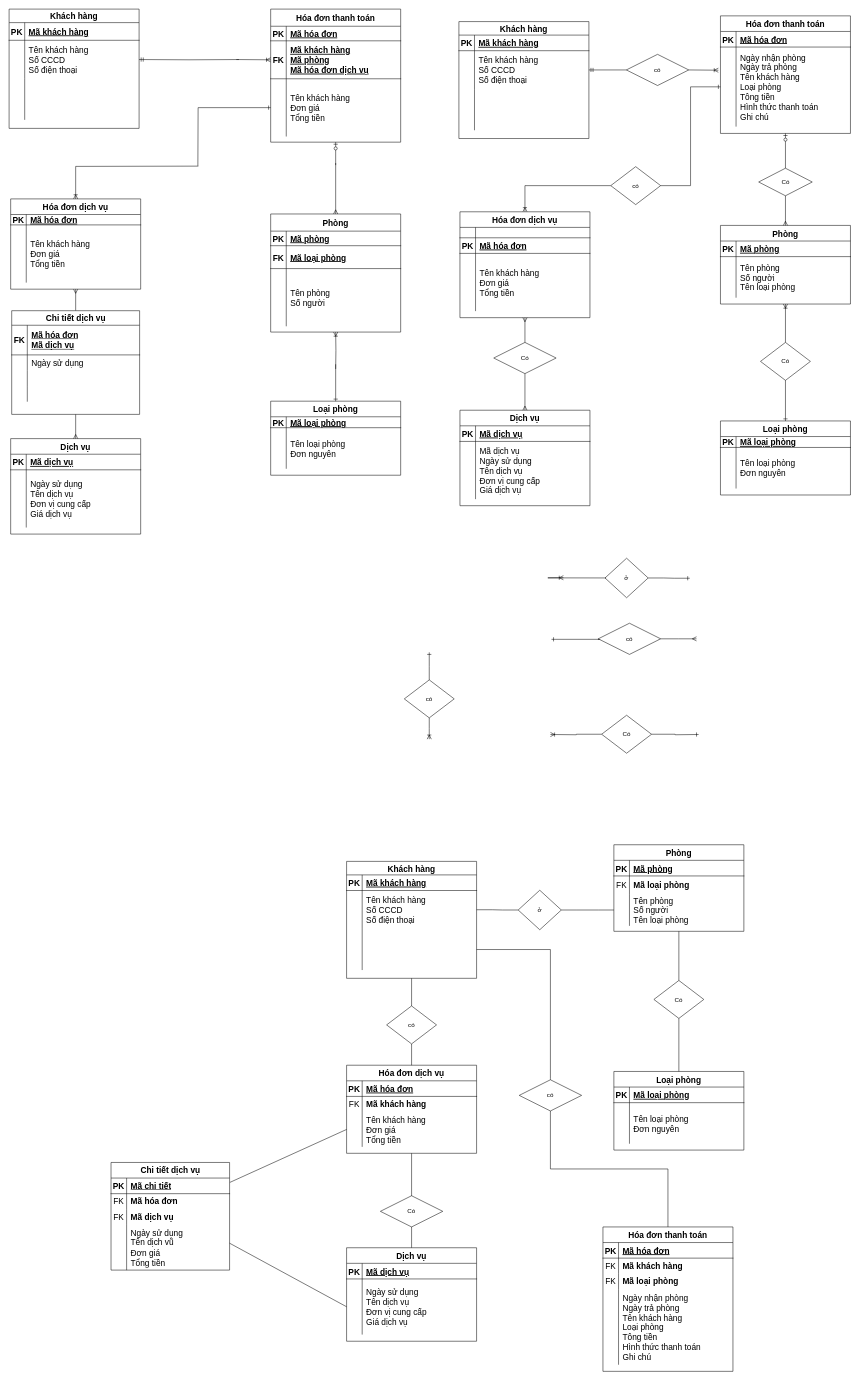
Above: chart_4.drawio in gakucode0602/Chart (draw.io), before the change. Source tidied: cells renumbered, new cells numbered last; positions are measured from the earlier drawing's top-left corner, leaving out a move shared by most shapes. Both pictures are drawn from the tidied source at 52%, with x=0, y=0 at pixel (9, 9).
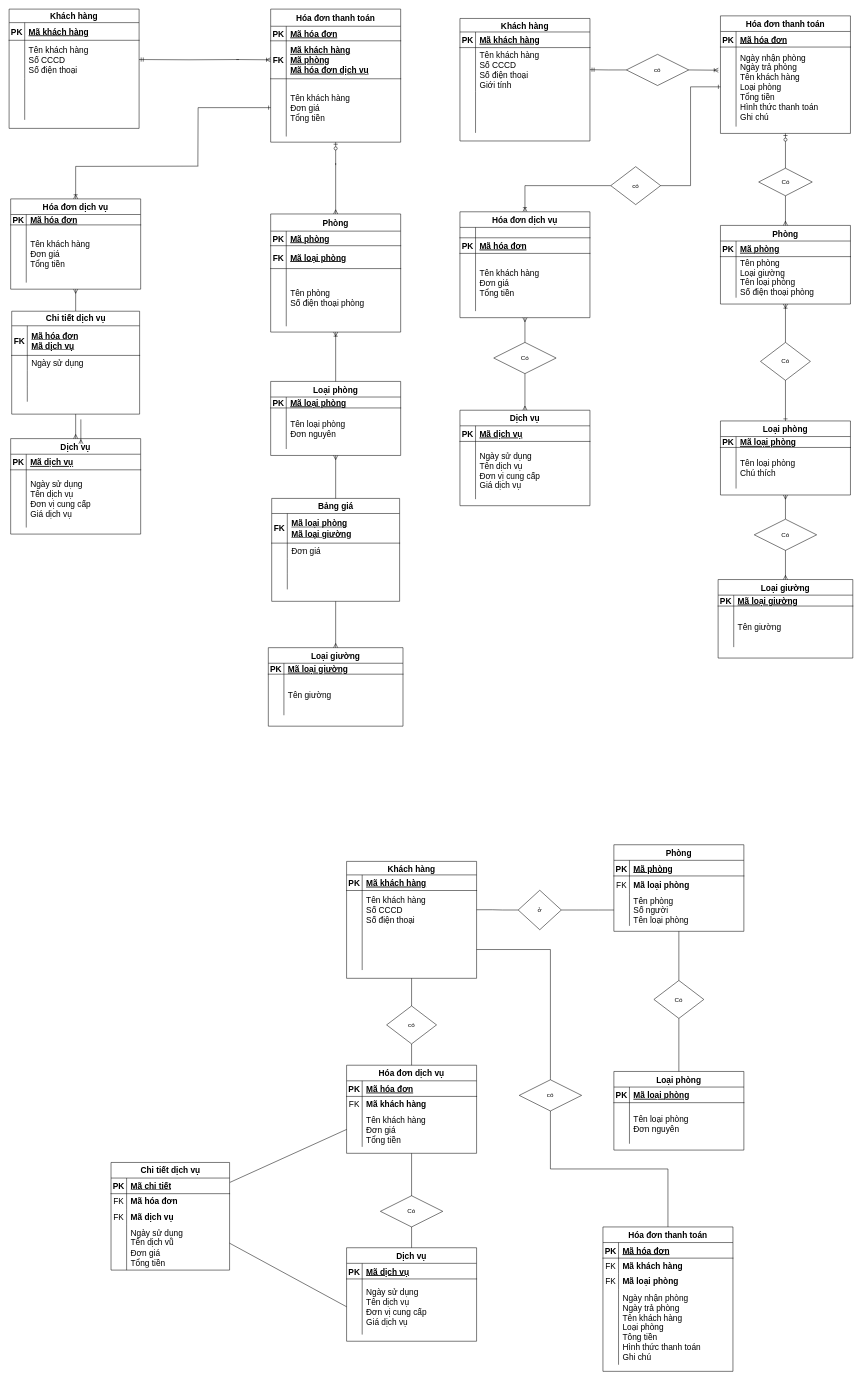
Above is the later version.

Commit message (it also covers changes not shown here):
Cập nhật chart_4.drawio

The change refers to these unchanged cells:
```xml
<mxCell id="12" value="Loại phòng" style="shape=table;startSize=30;childLayout=tableLayout;rowLines=0;fontStyle=1;align=center;fontSize=16;" parent="1" vertex="1">
  <mxGeometry x="1368" y="792" width="250" height="142.4" as="geometry" />
</mxCell>
<mxCell id="16" style="shape=partialRectangle;fillColor=none;top=0;left=0;right=0;bottom=0;fontSize=16;" parent="12" vertex="1">
  <mxGeometry y="51" width="250" height="79" as="geometry" />
</mxCell>
<mxCell id="23" style="shape=partialRectangle;fillColor=none;top=0;left=0;right=0;bottom=0;fontSize=16;" parent="19" vertex="1">
  <mxGeometry y="60" width="250" height="79" as="geometry" />
</mxCell>
<mxCell id="30" style="shape=partialRectangle;fillColor=none;top=0;left=0;right=0;bottom=0;fontSize=16;" parent="26" vertex="1">
  <mxGeometry y="60" width="250" height="111" as="geometry" />
</mxCell>
<mxCell id="37" style="shape=partialRectangle;fillColor=none;points=[[0,0.5],[1,0.5]];portConstraint=eastwest;top=0;left=0;right=0;bottom=0;fontSize=16;" parent="33" vertex="1">
  <mxGeometry y="60" width="250" height="153" as="geometry" />
</mxCell>
<mxCell id="227" value="Phòng" style="shape=table;startSize=33;childLayout=tableLayout;rowLines=0;fontStyle=1;align=center;fontSize=16;" parent="1" vertex="1">
  <mxGeometry x="503" y="394" width="250" height="227.1" as="geometry" />
</mxCell>
<mxCell id="234" style="shape=partialRectangle;fillColor=none;top=0;left=0;right=0;bottom=0;fontSize=16;" parent="227" vertex="1">
  <mxGeometry y="105" width="250" height="111" as="geometry" />
</mxCell>
```

What changed in the source:
```diff
@@
     <mxCell id="2" value="Khách hàng" style="shape=table;startSize=26;childLayout=tableLayout;rowLines=0;fontStyle=1;align=center;fontSize=16;" parent="1" vertex="1">
-      <mxGeometry x="865" y="24" width="250" height="224.9" as="geometry" />
+      <mxGeometry x="867" y="18" width="250" height="235.6" as="geometry" />
     </mxCell>
@@
     <mxCell id="6" style="shape=partialRectangle;fillColor=none;points=[[0,0.5],[1,0.5]];portConstraint=eastwest;top=0;left=0;right=0;bottom=0;fontSize=16;" parent="2" vertex="1">
-      <mxGeometry y="56" width="250" height="74" as="geometry" />
+      <mxGeometry y="56" width="250" height="85" as="geometry" />
     </mxCell>
     <mxCell id="7" style="shape=partialRectangle;overflow=hidden;fillColor=none;top=0;left=0;bottom=0;right=0;fontSize=16;" parent="6" vertex="1">
-      <mxGeometry width="30" height="74" as="geometry" />
+      <mxGeometry width="30" height="85" as="geometry" />
     </mxCell>
-    <mxCell id="8" value="Tên khách hàng&#10;Số CCCD&#10;Số điện thoại" style="shape=partialRectangle;overflow=hidden;fillColor=none;top=0;left=0;bottom=0;right=0;align=left;spacingLeft=6;fontSize=16;" parent="6" vertex="1">
-      <mxGeometry x="30" width="220" height="74" as="geometry" />
+    <mxCell id="8" value="Tên khách hàng&#10;Số CCCD&#10;Số điện thoại&#10;Giới tính" style="shape=partialRectangle;overflow=hidden;fillColor=none;top=0;left=0;bottom=0;right=0;align=left;spacingLeft=6;fontSize=16;" parent="6" vertex="1">
+      <mxGeometry x="30" width="220" height="85" as="geometry" />
     </mxCell>
     <mxCell id="9" style="shape=partialRectangle;fillColor=none;top=0;left=0;right=0;bottom=0;fontSize=16;" parent="2" vertex="1">
-      <mxGeometry y="130" width="250" height="79" as="geometry" />
+      <mxGeometry y="141" width="250" height="79" as="geometry" />
     </mxCell>
@@
-    <mxCell id="18" value="Tên loại phòng&#10;Đơn nguyên" style="shape=partialRectangle;overflow=hidden;fillColor=none;top=0;left=0;bottom=0;right=0;align=left;spacingLeft=6;fontSize=16;" parent="16" vertex="1">
+    <mxCell id="18" value="Tên loại phòng&#10;Chú thích" style="shape=partialRectangle;overflow=hidden;fillColor=none;top=0;left=0;bottom=0;right=0;align=left;spacingLeft=6;fontSize=16;" parent="16" vertex="1">
       <mxGeometry x="30" width="220" height="79" as="geometry" />
     </mxCell>
@@
-    <mxCell id="25" value="Tên phòng&#10;Số người&#10;Tên loại phòng" style="shape=partialRectangle;overflow=hidden;fillColor=none;top=0;left=0;bottom=0;right=0;align=left;spacingLeft=6;fontSize=16;" parent="23" vertex="1">
+    <mxCell id="25" value="Tên phòng&#10;Loại giường&#10;Tên loại phòng&#10;Số điện thoại phòng" style="shape=partialRectangle;overflow=hidden;fillColor=none;top=0;left=0;bottom=0;right=0;align=left;spacingLeft=6;fontSize=16;" parent="23" vertex="1">
       <mxGeometry x="30" width="220" height="79" as="geometry" />
     </mxCell>
@@
-    <mxCell id="32" value="Mã dịch vụ&#10;Ngày sử dụng&#10;Tên dịch vụ&#10;Đơn vị cung cấp&#10;Giá dịch vụ" style="shape=partialRectangle;overflow=hidden;fillColor=none;top=0;left=0;bottom=0;right=0;align=left;spacingLeft=6;fontSize=16;" parent="30" vertex="1">
+    <mxCell id="32" value="Ngày sử dụng&#10;Tên dịch vụ&#10;Đơn vị cung cấp&#10;Giá dịch vụ" style="shape=partialRectangle;overflow=hidden;fillColor=none;top=0;left=0;bottom=0;right=0;align=left;spacingLeft=6;fontSize=16;" parent="30" vertex="1">
       <mxGeometry x="30" width="220" height="111" as="geometry" />
     </mxCell>
@@
-    <mxCell id="39" value="Ngày nhận phòng&#10;Ngày trả phòng&#10;Tên khách hàng&#10;Loại phòng&#10;Tông tiền&#10;Hình thức thanh toán&#10;Ghi chú" style="shape=partialRectangle;overflow=hidden;fillColor=none;top=0;left=0;bottom=0;right=0;align=left;spacingLeft=6;fontSize=16;" parent="37" vertex="1">
+    <mxCell id="39" value="Ngày nhận phòng&#10;Ngày trả phòng&#10;Tên khách hàng&#10;Loại phòng&#10;Tổng tiền&#10;Hình thức thanh toán&#10;Ghi chú" style="shape=partialRectangle;overflow=hidden;fillColor=none;top=0;left=0;bottom=0;right=0;align=left;spacingLeft=6;fontSize=16;" parent="37" vertex="1">
       <mxGeometry x="30" width="220" height="153" as="geometry" />
     </mxCell>
@@
-    <mxCell id="48" style="edgeStyle=entityRelationEdgeStyle;fontSize=12;html=1;endArrow=ERoneToMany;rounded=0;entryX=1;entryY=0.5;entryDx=0;entryDy=0;exitX=0;exitY=0.5;exitDx=0;exitDy=0;" parent="1" edge="1" source="49">
-      <mxGeometry relative="1" as="geometry">
-        <mxPoint x="1066" y="1093.5" as="targetPoint" />
-        <Array as="points">
-          <mxPoint x="1243" y="1280.5" />
-          <mxPoint x="1247" y="1162.2" />
-          <mxPoint x="1211" y="1216.5" />
-          <mxPoint x="1170" y="1225" />
-          <mxPoint x="1117" y="1135" />
-        </Array>
-      </mxGeometry>
-    </mxCell>
-    <mxCell id="49" value="ở" style="shape=rhombus;perimeter=rhombusPerimeter;whiteSpace=wrap;html=1;align=center;" parent="1" vertex="1">
-      <mxGeometry x="1146" y="1056" width="83" height="76" as="geometry" />
-    </mxCell>
-    <mxCell id="50" style="edgeStyle=entityRelationEdgeStyle;fontSize=12;html=1;endArrow=ERone;endFill=1;rounded=0;entryX=0;entryY=0.5;entryDx=0;entryDy=0;exitX=1;exitY=0.5;exitDx=0;exitDy=0;" parent="1" edge="1" source="49">
-      <mxGeometry relative="1" as="geometry">
-        <mxPoint x="1309" y="1094.5" as="targetPoint" />
-        <Array as="points">
-          <mxPoint x="1308" y="1122.5" />
-          <mxPoint x="1261" y="1053.5" />
-        </Array>
-      </mxGeometry>
-    </mxCell>
-    <mxCell id="51" style="edgeStyle=orthogonalEdgeStyle;fontSize=12;html=1;endArrow=ERone;endFill=1;rounded=0;exitX=0;exitY=0.5;exitDx=0;exitDy=0;" parent="1" edge="1" source="52">
-      <mxGeometry relative="1" as="geometry">
-        <mxPoint x="1043" y="1212" as="targetPoint" />
-        <Array as="points">
-          <mxPoint x="1250" y="1212" />
-          <mxPoint x="1250" y="1212" />
-        </Array>
-      </mxGeometry>
-    </mxCell>
-    <mxCell id="52" value="có" style="shape=rhombus;perimeter=rhombusPerimeter;whiteSpace=wrap;html=1;align=center;" parent="1" vertex="1">
-      <mxGeometry x="1133" y="1181" width="120" height="60" as="geometry" />
-    </mxCell>
-    <mxCell id="53" style="edgeStyle=orthogonalEdgeStyle;fontSize=12;html=1;endArrow=ERmany;rounded=0;exitX=1;exitY=0.5;exitDx=0;exitDy=0;" parent="1" edge="1" source="52">
-      <mxGeometry relative="1" as="geometry">
-        <mxPoint x="1322" y="1211" as="targetPoint" />
-      </mxGeometry>
-    </mxCell>
-    <mxCell id="54" style="edgeStyle=orthogonalEdgeStyle;fontSize=12;html=1;endArrow=ERoneToMany;rounded=0;exitX=0;exitY=0.5;exitDx=0;exitDy=0;" parent="1" edge="1" source="55">
-      <mxGeometry relative="1" as="geometry">
-        <mxPoint x="1041" y="1395" as="targetPoint" />
-      </mxGeometry>
-    </mxCell>
-    <mxCell id="55" value="Có" style="shape=rhombus;perimeter=rhombusPerimeter;whiteSpace=wrap;html=1;align=center;" parent="1" vertex="1">
-      <mxGeometry x="1139.5" y="1358" width="96" height="73" as="geometry" />
-    </mxCell>
-    <mxCell id="56" style="edgeStyle=orthogonalEdgeStyle;fontSize=12;html=1;endArrow=ERone;endFill=1;rounded=0;exitX=1;exitY=0.5;exitDx=0;exitDy=0;" parent="1" edge="1" source="55">
-      <mxGeometry relative="1" as="geometry">
-        <mxPoint x="1326" y="1395" as="targetPoint" />
-      </mxGeometry>
-    </mxCell>
-    <mxCell id="57" style="edgeStyle=orthogonalEdgeStyle;fontSize=12;html=1;endArrow=ERone;endFill=1;rounded=0;exitX=0.5;exitY=1;exitDx=0;exitDy=0;entryX=0.5;entryY=1;entryDx=0;entryDy=0;" parent="1" edge="1" source="58">
-      <mxGeometry relative="1" as="geometry">
-        <mxPoint x="808" y="1237" as="targetPoint" />
-      </mxGeometry>
-    </mxCell>
-    <mxCell id="58" value="có" style="shape=rhombus;perimeter=rhombusPerimeter;whiteSpace=wrap;html=1;align=center;direction=west;" parent="1" vertex="1">
-      <mxGeometry x="760" y="1290" width="96" height="73" as="geometry" />
-    </mxCell>
-    <mxCell id="59" style="edgeStyle=orthogonalEdgeStyle;fontSize=12;html=1;endArrow=ERoneToMany;rounded=0;exitX=0.5;exitY=0;exitDx=0;exitDy=0;entryX=0.5;entryY=0;entryDx=0;entryDy=0;" parent="1" edge="1" source="58">
-      <mxGeometry relative="1" as="geometry">
-        <mxPoint x="808" y="1404" as="targetPoint" />
-      </mxGeometry>
-    </mxCell>
@@
     <mxCell id="173" value="Loại phòng" style="shape=table;startSize=30;childLayout=tableLayout;rowLines=0;fontStyle=1;align=center;fontSize=16;" parent="1" vertex="1">
-      <mxGeometry x="503" y="754" width="250" height="142.4" as="geometry" />
+      <mxGeometry x="503" y="716" width="250" height="142.4" as="geometry" />
     </mxCell>
@@
-    <mxCell id="187" style="edgeStyle=orthogonalEdgeStyle;fontSize=12;html=1;endArrow=ERoneToMany;rounded=0;entryX=0.5;entryY=1;entryDx=0;entryDy=0;" parent="1" edge="1" target="227">
-      <mxGeometry relative="1" as="geometry">
-        <mxPoint x="628" y="692" as="sourcePoint" />
-      </mxGeometry>
+    <mxCell id="187" style="fontSize=12;html=1;endArrow=ERoneToMany;rounded=0;entryX=0.5;entryY=1;entryDx=0;entryDy=0;exitX=0.5;exitY=0;exitDx=0;exitDy=0;" parent="1" edge="1" source="173" target="227">
+      <mxGeometry relative="1" as="geometry" />
     </mxCell>
-    <mxCell id="188" style="fontSize=12;html=1;endArrow=ERone;endFill=1;rounded=0;exitX=0.5;exitY=1;exitDx=0;exitDy=0;entryX=0.5;entryY=0;entryDx=0;entryDy=0;" parent="1" edge="1" target="173">
-      <mxGeometry relative="1" as="geometry">
-        <mxPoint x="628" y="683" as="sourcePoint" />
-      </mxGeometry>
-    </mxCell>
@@
     <mxCell id="214" value="Chi tiết dịch vụ" style="shape=table;startSize=28;childLayout=tableLayout;rowLines=0;fontStyle=1;align=center;html=1;fontSize=16;" parent="1" vertex="1">
-      <mxGeometry x="5" y="580" width="246" height="199.4" as="geometry" />
+      <mxGeometry x="5" y="581" width="246" height="197.9" as="geometry" />
     </mxCell>
@@
     <mxCell id="218" style="shape=tableRow;horizontal=0;startSize=0;swimlaneHead=0;swimlaneBody=0;fillColor=none;top=0;left=0;right=0;bottom=0;" parent="214" vertex="1">
-      <mxGeometry y="85" width="246" height="30" as="geometry" />
+      <mxGeometry y="85" width="246" height="29" as="geometry" />
     </mxCell>
     <mxCell id="219" style="shape=partialRectangle;fillColor=none;top=0;left=0;bottom=0;right=0;overflow=hidden;whiteSpace=wrap;html=1;" parent="218" vertex="1">
-      <mxGeometry width="30" height="30" as="geometry" />
+      <mxGeometry width="30" height="29" as="geometry" />
     </mxCell>
     <mxCell id="220" value="&lt;span style=&quot;font-size: 16px; text-wrap: nowrap;&quot;&gt;Ngày sử dụng&lt;/span&gt;" style="shape=partialRectangle;fillColor=none;top=0;left=0;bottom=0;right=0;align=left;spacingLeft=6;overflow=hidden;whiteSpace=wrap;html=1;" parent="218" vertex="1">
-      <mxGeometry x="30" width="216" height="30" as="geometry" />
+      <mxGeometry x="30" width="216" height="29" as="geometry" />
     </mxCell>
     <mxCell id="221" style="shape=tableRow;horizontal=0;startSize=0;swimlaneHead=0;swimlaneBody=0;fillColor=none;top=0;left=0;right=0;bottom=0;" parent="214" vertex="1">
-      <mxGeometry y="115" width="246" height="30" as="geometry" />
+      <mxGeometry y="114" width="246" height="30" as="geometry" />
     </mxCell>
@@
     <mxCell id="224" style="shape=tableRow;horizontal=0;startSize=0;swimlaneHead=0;swimlaneBody=0;fillColor=none;top=0;left=0;right=0;bottom=0;" parent="214" vertex="1">
-      <mxGeometry y="145" width="246" height="30" as="geometry" />
+      <mxGeometry y="144" width="246" height="30" as="geometry" />
     </mxCell>
@@
-    <mxCell id="236" value="Tên phòng&#10;Số người" style="shape=partialRectangle;overflow=hidden;fillColor=none;top=0;left=0;bottom=0;right=0;align=left;spacingLeft=6;fontSize=16;" parent="234" vertex="1">
+    <mxCell id="236" value="Tên phòng&#10;Số điện thoại phòng" style="shape=partialRectangle;overflow=hidden;fillColor=none;top=0;left=0;bottom=0;right=0;align=left;spacingLeft=6;fontSize=16;" parent="234" vertex="1">
       <mxGeometry x="30" width="220" height="111" as="geometry" />
     </mxCell>
+    <mxCell id="237" value="Loại giường" style="shape=table;startSize=30;childLayout=tableLayout;rowLines=0;fontStyle=1;align=center;fontSize=16;" parent="1" vertex="1">
+      <mxGeometry x="1363.5" y="1097" width="259" height="151" as="geometry" />
+    </mxCell>
+    <mxCell id="238" style="shape=partialRectangle;fillColor=none;top=0;left=0;right=0;bottom=1;fontSize=16;" parent="237" vertex="1">
+      <mxGeometry y="30" width="259" height="21" as="geometry" />
+    </mxCell>
+    <mxCell id="239" value="PK" style="shape=partialRectangle;overflow=hidden;fillColor=none;top=0;left=0;bottom=0;right=0;fontStyle=1;fontSize=16;" parent="238" vertex="1">
+      <mxGeometry width="30" height="21" as="geometry" />
+    </mxCell>
+    <mxCell id="240" value="Mã loại giường" style="shape=partialRectangle;overflow=hidden;fillColor=none;top=0;left=0;bottom=0;right=0;align=left;spacingLeft=6;fontStyle=5;fontSize=16;" parent="238" vertex="1">
+      <mxGeometry x="30" width="229" height="21" as="geometry" />
+    </mxCell>
+    <mxCell id="241" style="shape=partialRectangle;fillColor=none;top=0;left=0;right=0;bottom=0;fontSize=16;" parent="237" vertex="1">
+      <mxGeometry y="51" width="259" height="79" as="geometry" />
+    </mxCell>
+    <mxCell id="242" style="shape=partialRectangle;overflow=hidden;fillColor=none;top=0;left=0;bottom=0;right=0;fontSize=16;" parent="241" vertex="1">
+      <mxGeometry width="30" height="79" as="geometry" />
+    </mxCell>
+    <mxCell id="243" value="Tên giường" style="shape=partialRectangle;overflow=hidden;fillColor=none;top=0;left=0;bottom=0;right=0;align=left;spacingLeft=6;fontSize=16;" parent="241" vertex="1">
+      <mxGeometry x="30" width="229" height="79" as="geometry" />
+    </mxCell>
+    <mxCell id="244" style="fontSize=12;html=1;endArrow=ERmany;rounded=0;exitX=0.5;exitY=0;exitDx=0;exitDy=0;entryX=0.5;entryY=1;entryDx=0;entryDy=0;" parent="1" edge="1" source="55" target="12">
+      <mxGeometry relative="1" as="geometry" />
+    </mxCell>
+    <mxCell id="55" value="Có" style="shape=rhombus;perimeter=rhombusPerimeter;whiteSpace=wrap;html=1;align=center;" parent="1" vertex="1">
+      <mxGeometry x="1433" y="981" width="120" height="60" as="geometry" />
+    </mxCell>
+    <mxCell id="245" style="fontSize=12;html=1;endArrow=ERmany;rounded=0;entryX=0.5;entryY=0;entryDx=0;entryDy=0;exitX=0.5;exitY=1;exitDx=0;exitDy=0;" parent="1" edge="1" source="55" target="237">
+      <mxGeometry relative="1" as="geometry" />
+    </mxCell>
+    <mxCell id="246" value="Bảng giá" style="shape=table;startSize=29;childLayout=tableLayout;rowLines=0;fontStyle=1;align=center;html=1;fontSize=16;" parent="1" vertex="1">
+      <mxGeometry x="505" y="941" width="246" height="197.9" as="geometry" />
+    </mxCell>
+    <mxCell id="247" style="shape=tableRow;horizontal=0;startSize=0;swimlaneHead=0;swimlaneBody=0;fillColor=none;top=0;left=0;right=0;bottom=1;" parent="246" vertex="1">
+      <mxGeometry y="29" width="246" height="57" as="geometry" />
+    </mxCell>
+    <mxCell id="248" value="FK" style="shape=partialRectangle;fillColor=none;top=0;left=0;bottom=0;right=0;fontStyle=1;overflow=hidden;whiteSpace=wrap;html=1;fontSize=16;" parent="247" vertex="1">
+      <mxGeometry width="30" height="57" as="geometry" />
+    </mxCell>
+    <mxCell id="249" value="&lt;span style=&quot;font-size: 16px;&quot;&gt;Mã loại phòng&lt;/span&gt;&lt;div&gt;&lt;span style=&quot;font-size: 16px;&quot;&gt;Mã loại giường&lt;/span&gt;&lt;/div&gt;" style="shape=partialRectangle;fillColor=none;top=0;left=0;bottom=0;right=0;align=left;spacingLeft=6;fontStyle=5;overflow=hidden;whiteSpace=wrap;html=1;" parent="247" vertex="1">
+      <mxGeometry x="30" width="216" height="57" as="geometry" />
+    </mxCell>
+    <mxCell id="250" style="shape=tableRow;horizontal=0;startSize=0;swimlaneHead=0;swimlaneBody=0;fillColor=none;top=0;left=0;right=0;bottom=0;" parent="246" vertex="1">
+      <mxGeometry y="86" width="246" height="29" as="geometry" />
+    </mxCell>
+    <mxCell id="251" style="shape=partialRectangle;fillColor=none;top=0;left=0;bottom=0;right=0;overflow=hidden;whiteSpace=wrap;html=1;" parent="250" vertex="1">
+      <mxGeometry width="30" height="29" as="geometry" />
+    </mxCell>
+    <mxCell id="252" value="&lt;span style=&quot;font-size: 16px; text-wrap: nowrap;&quot;&gt;Đơn giá&lt;/span&gt;" style="shape=partialRectangle;fillColor=none;top=0;left=0;bottom=0;right=0;align=left;spacingLeft=6;overflow=hidden;whiteSpace=wrap;html=1;" parent="250" vertex="1">
+      <mxGeometry x="30" width="216" height="29" as="geometry" />
+    </mxCell>
+    <mxCell id="253" style="shape=tableRow;horizontal=0;startSize=0;swimlaneHead=0;swimlaneBody=0;fillColor=none;top=0;left=0;right=0;bottom=0;" parent="246" vertex="1">
+      <mxGeometry y="115" width="246" height="30" as="geometry" />
+    </mxCell>
+    <mxCell id="254" style="shape=partialRectangle;fillColor=none;top=0;left=0;bottom=0;right=0;overflow=hidden;whiteSpace=wrap;html=1;" parent="253" vertex="1">
+      <mxGeometry width="30" height="30" as="geometry" />
+    </mxCell>
+    <mxCell id="255" style="shape=partialRectangle;fillColor=none;top=0;left=0;bottom=0;right=0;align=left;spacingLeft=6;overflow=hidden;whiteSpace=wrap;html=1;" parent="253" vertex="1">
+      <mxGeometry x="30" width="216" height="30" as="geometry" />
+    </mxCell>
+    <mxCell id="256" style="shape=tableRow;horizontal=0;startSize=0;swimlaneHead=0;swimlaneBody=0;fillColor=none;top=0;left=0;right=0;bottom=0;" parent="246" vertex="1">
+      <mxGeometry y="145" width="246" height="30" as="geometry" />
+    </mxCell>
+    <mxCell id="257" style="shape=partialRectangle;fillColor=none;top=0;left=0;bottom=0;right=0;overflow=hidden;whiteSpace=wrap;html=1;" parent="256" vertex="1">
+      <mxGeometry width="30" height="30" as="geometry" />
+    </mxCell>
+    <mxCell id="258" style="shape=partialRectangle;fillColor=none;top=0;left=0;bottom=0;right=0;align=left;spacingLeft=6;overflow=hidden;whiteSpace=wrap;html=1;" parent="256" vertex="1">
+      <mxGeometry x="30" width="216" height="30" as="geometry" />
+    </mxCell>
+    <mxCell id="259" style="fontSize=12;html=1;endArrow=ERmany;rounded=0;entryX=0.5;entryY=0;entryDx=0;entryDy=0;exitX=0.5;exitY=1;exitDx=0;exitDy=0;" parent="1" edge="1">
+      <mxGeometry relative="1" as="geometry">
+        <mxPoint x="138" y="789" as="sourcePoint" />
+        <mxPoint x="138" y="836" as="targetPoint" />
+      </mxGeometry>
+    </mxCell>
+    <mxCell id="260" value="Loại giường" style="shape=table;startSize=30;childLayout=tableLayout;rowLines=0;fontStyle=1;align=center;fontSize=16;" parent="1" vertex="1">
+      <mxGeometry x="498.5" y="1228" width="259" height="151" as="geometry" />
+    </mxCell>
+    <mxCell id="261" style="shape=partialRectangle;fillColor=none;top=0;left=0;right=0;bottom=1;fontSize=16;" parent="260" vertex="1">
+      <mxGeometry y="30" width="259" height="21" as="geometry" />
+    </mxCell>
+    <mxCell id="262" value="PK" style="shape=partialRectangle;overflow=hidden;fillColor=none;top=0;left=0;bottom=0;right=0;fontStyle=1;fontSize=16;" parent="261" vertex="1">
+      <mxGeometry width="30" height="21" as="geometry" />
+    </mxCell>
+    <mxCell id="263" value="Mã loại giường" style="shape=partialRectangle;overflow=hidden;fillColor=none;top=0;left=0;bottom=0;right=0;align=left;spacingLeft=6;fontStyle=5;fontSize=16;" parent="261" vertex="1">
+      <mxGeometry x="30" width="229" height="21" as="geometry" />
+    </mxCell>
+    <mxCell id="264" style="shape=partialRectangle;fillColor=none;top=0;left=0;right=0;bottom=0;fontSize=16;" parent="260" vertex="1">
+      <mxGeometry y="51" width="259" height="79" as="geometry" />
+    </mxCell>
+    <mxCell id="265" style="shape=partialRectangle;overflow=hidden;fillColor=none;top=0;left=0;bottom=0;right=0;fontSize=16;" parent="264" vertex="1">
+      <mxGeometry width="30" height="79" as="geometry" />
+    </mxCell>
+    <mxCell id="266" value="Tên giường" style="shape=partialRectangle;overflow=hidden;fillColor=none;top=0;left=0;bottom=0;right=0;align=left;spacingLeft=6;fontSize=16;" parent="264" vertex="1">
+      <mxGeometry x="30" width="229" height="79" as="geometry" />
+    </mxCell>
+    <mxCell id="267" style="fontSize=12;html=1;endArrow=ERmany;rounded=0;exitX=0.5;exitY=0;exitDx=0;exitDy=0;entryX=0.5;entryY=1;entryDx=0;entryDy=0;" parent="1" edge="1" source="246" target="173">
+      <mxGeometry relative="1" as="geometry" />
+    </mxCell>
+    <mxCell id="268" style="fontSize=12;html=1;endArrow=ERmany;rounded=0;exitX=0.5;exitY=1;exitDx=0;exitDy=0;entryX=0.5;entryY=0;entryDx=0;entryDy=0;" parent="1" edge="1" source="246" target="260">
+      <mxGeometry relative="1" as="geometry" />
+    </mxCell>
```
